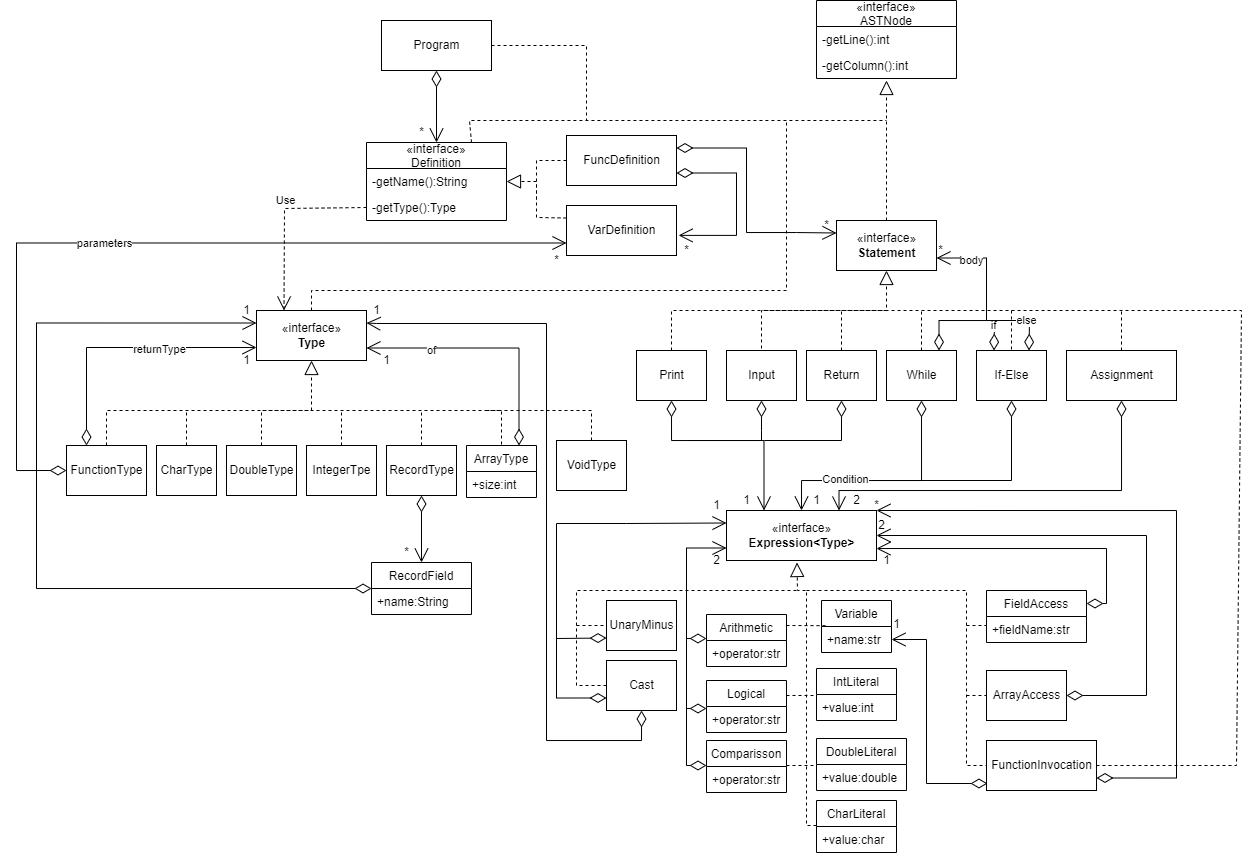
Elias-Llera/DLP-2022-compiler keeps this draw.io diagram as uml.drawio.png. Above is the earlier version. Source tidied: cells renumbered, new cells last; positions are measured from the earlier drawing's top-left corner, leaving out a move shared by most shapes.
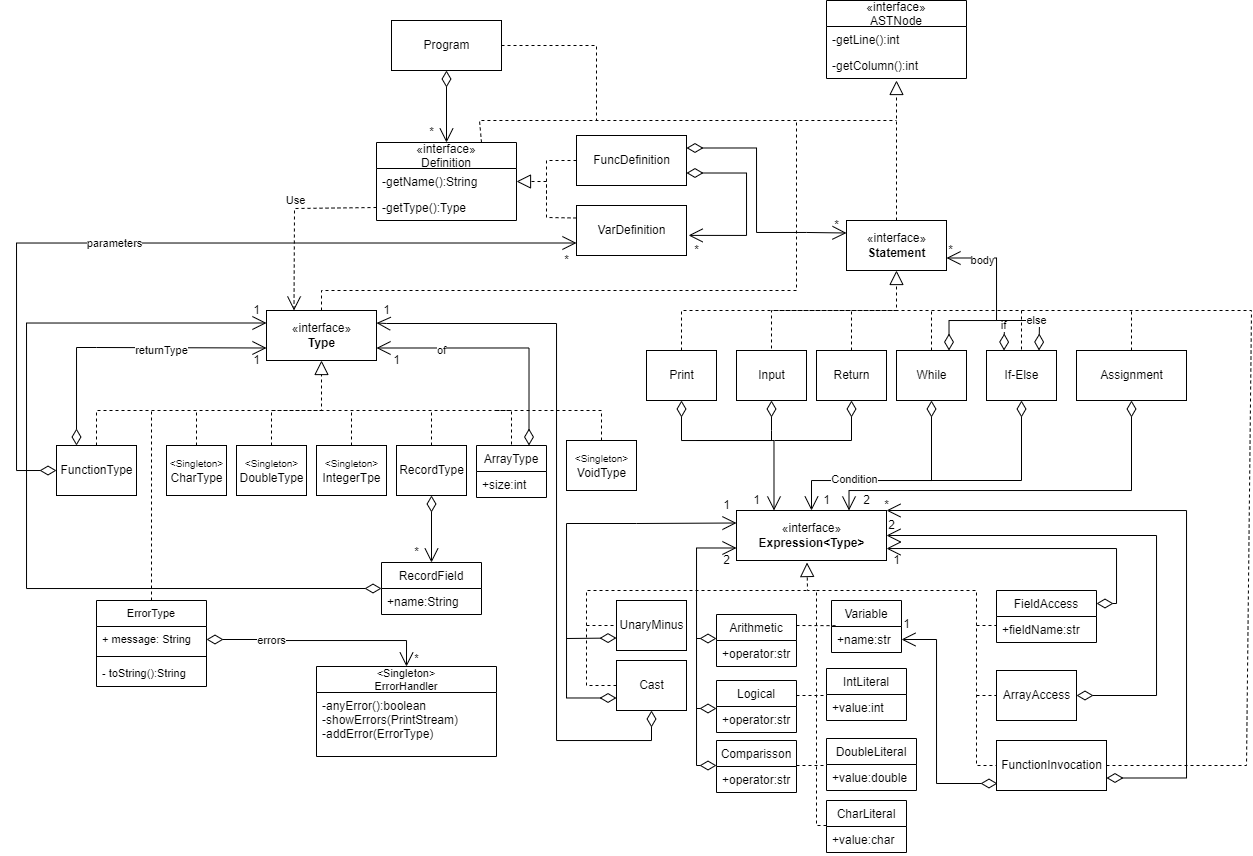
After the change.

Commit message:
ErrorType y ErrorHandler implementados

What changed in the source:
```diff
@@ -77,15 +77,15 @@
       <mxGeometry x="790" y="350" width="70" height="50" as="geometry" />
     </mxCell>
     <mxCell id="20" value="FunctionType" style="html=1;" parent="1" vertex="1">
-      <mxGeometry x="50" y="445" width="80" height="50" as="geometry" />
+      <mxGeometry x="30" y="445" width="80" height="50" as="geometry" />
     </mxCell>
-    <mxCell id="21" value="DoubleType" style="html=1;" parent="1" vertex="1">
+    <mxCell id="21" value="&lt;span style=&quot;font-size: 10px&quot;&gt;&amp;lt;Singleton&amp;gt;&lt;/span&gt;&lt;br&gt;DoubleType" style="html=1;" parent="1" vertex="1">
       <mxGeometry x="210" y="445" width="70" height="50" as="geometry" />
     </mxCell>
-    <mxCell id="22" value="CharType" style="html=1;" parent="1" vertex="1">
+    <mxCell id="22" value="&lt;span style=&quot;font-size: 10px&quot;&gt;&amp;lt;Singleton&amp;gt;&lt;/span&gt;&lt;br&gt;CharType" style="html=1;" parent="1" vertex="1">
       <mxGeometry x="140" y="445" width="60" height="50" as="geometry" />
     </mxCell>
-    <mxCell id="23" value="IntegerTpe" style="html=1;" parent="1" vertex="1">
+    <mxCell id="23" value="&lt;font style=&quot;font-size: 10px&quot;&gt;&amp;lt;Singleton&amp;gt;&lt;/font&gt;&lt;br&gt;IntegerTpe" style="html=1;" parent="1" vertex="1">
       <mxGeometry x="290" y="445" width="70" height="50" as="geometry" />
     </mxCell>
     <mxCell id="24" value="Print" style="html=1;" parent="1" vertex="1">
@@ -149,7 +149,7 @@
     <mxCell id="37" style="endArrow=block;dashed=1;endFill=0;endSize=12;html=1;rounded=0;entryX=0.5;entryY=1;entryDx=0;entryDy=0;exitX=0.5;exitY=0;exitDx=0;exitDy=0;" parent="1" edge="1" source="20" target="5">
       <mxGeometry relative="1" as="geometry">
         <Array as="points">
-          <mxPoint x="90" y="410" />
+          <mxPoint x="70" y="410" />
           <mxPoint x="295" y="410" />
         </Array>
       </mxGeometry>
@@ -177,7 +177,7 @@
         <mxPoint x="405" y="410" as="targetPoint" />
       </mxGeometry>
     </mxCell>
-    <mxCell id="42" value="VoidType" style="html=1;" parent="1" vertex="1">
+    <mxCell id="42" value="&lt;span style=&quot;font-size: 10px&quot;&gt;&amp;lt;Singleton&amp;gt;&lt;/span&gt;&lt;br&gt;VoidType" style="html=1;" parent="1" vertex="1">
       <mxGeometry x="540" y="440" width="70" height="50" as="geometry" />
     </mxCell>
     <mxCell id="43" style="endArrow=none;dashed=1;html=1;rounded=0;exitX=0.5;exitY=0;exitDx=0;exitDy=0;" parent="1" edge="1" source="42">
@@ -443,8 +443,8 @@
     <mxCell id="84" style="endArrow=open;html=1;endSize=12;startArrow=diamondThin;startSize=14;startFill=0;edgeStyle=orthogonalEdgeStyle;align=left;verticalAlign=bottom;rounded=0;exitX=0;exitY=0.5;exitDx=0;exitDy=0;entryX=0;entryY=0.75;entryDx=0;entryDy=0;" parent="1" edge="1" source="20" target="3">
       <mxGeometry x="-1" y="3" relative="1" as="geometry">
         <Array as="points">
-          <mxPoint y="470" />
-          <mxPoint y="242" />
+          <mxPoint x="-10" y="470" />
+          <mxPoint x="-10" y="243" />
         </Array>
       </mxGeometry>
     </mxCell>
@@ -471,8 +471,8 @@
     <mxCell id="90" style="endArrow=open;html=1;endSize=12;startArrow=diamondThin;startSize=14;startFill=0;edgeStyle=orthogonalEdgeStyle;align=left;verticalAlign=bottom;rounded=0;exitX=0;exitY=0.5;exitDx=0;exitDy=0;entryX=0;entryY=0.25;entryDx=0;entryDy=0;" parent="1" edge="1" source="109" target="5">
       <mxGeometry x="-1" y="3" relative="1" as="geometry">
         <Array as="points">
-          <mxPoint x="20" y="588" />
-          <mxPoint x="20" y="322" />
+          <mxPoint y="588" />
+          <mxPoint y="323" />
         </Array>
       </mxGeometry>
     </mxCell>
@@ -629,5 +629,45 @@
     <mxCell id="130" value="+fieldName:str" style="text;strokeColor=none;fillColor=none;align=left;verticalAlign=top;spacingLeft=4;spacingRight=4;overflow=hidden;" parent="129" vertex="1">
       <mxGeometry y="26" width="100" height="26" as="geometry" />
     </mxCell>
+    <mxCell id="131" value="&lt;Singleton&gt;&#10;ErrorHandler" style="swimlane;fontStyle=0;horizontal=1;startSize=26;fillColor=none;fontSize=11;" parent="1" vertex="1">
+      <mxGeometry x="290" y="666" width="180" height="90" as="geometry" />
+    </mxCell>
+    <mxCell id="132" value="-anyError():boolean&#10;-showErrors(PrintStream)&#10;-addError(ErrorType)" style="text;strokeColor=none;fillColor=none;align=left;verticalAlign=top;spacingLeft=4;spacingRight=4;overflow=hidden;" parent="131" vertex="1">
+      <mxGeometry y="26" width="180" height="64" as="geometry" />
+    </mxCell>
+    <mxCell id="133" value="ErrorType" style="swimlane;fontStyle=0;align=center;verticalAlign=top;horizontal=1;startSize=26;fontSize=11;" parent="1" vertex="1">
+      <mxGeometry x="70" y="600" width="110" height="86" as="geometry" />
+    </mxCell>
+    <mxCell id="134" value="+ message: String" style="text;strokeColor=none;fillColor=none;align=left;verticalAlign=top;spacingLeft=4;spacingRight=4;overflow=hidden;points=[[0,0.5],[1,0.5]];portConstraint=eastwest;fontSize=11;" parent="133" vertex="1">
+      <mxGeometry y="26" width="110" height="26" as="geometry" />
+    </mxCell>
+    <mxCell id="135" style="line;strokeWidth=1;fillColor=none;align=left;verticalAlign=middle;spacingTop=-1;spacingLeft=3;spacingRight=3;labelPosition=right;fontSize=11;" parent="133" vertex="1">
+      <mxGeometry y="52" width="110" height="8" as="geometry" />
+    </mxCell>
+    <mxCell id="136" value="- toString():String" style="text;strokeColor=none;fillColor=none;align=left;verticalAlign=top;spacingLeft=4;spacingRight=4;overflow=hidden;fontSize=11;" parent="133" vertex="1">
+      <mxGeometry y="60" width="110" height="26" as="geometry" />
+    </mxCell>
+    <mxCell id="137" style="endArrow=open;html=1;endSize=12;startArrow=diamondThin;startSize=14;startFill=0;edgeStyle=orthogonalEdgeStyle;align=left;verticalAlign=bottom;rounded=0;exitX=1;exitY=0.5;exitDx=0;exitDy=0;entryX=0.5;entryY=0;entryDx=0;entryDy=0;" parent="1" edge="1" source="134" target="131">
+      <mxGeometry x="-1" y="3" relative="1" as="geometry">
+        <Array as="points">
+          <mxPoint x="245" y="639" />
+          <mxPoint x="245" y="640" />
+          <mxPoint x="380" y="640" />
+        </Array>
+      </mxGeometry>
+    </mxCell>
+    <mxCell id="138" value="errors" style="edgeLabel;html=1;align=center;verticalAlign=middle;" parent="137" vertex="1">
+      <mxGeometry x="0.27" y="-2" relative="1" as="geometry">
+        <mxPoint x="-78" y="-2" as="offset" />
+      </mxGeometry>
+    </mxCell>
+    <mxCell id="139" style="endArrow=none;dashed=1;html=1;rounded=0;exitX=0.5;exitY=0;exitDx=0;exitDy=0;" parent="1" edge="1" source="133">
+      <mxGeometry relative="1" as="geometry">
+        <mxPoint x="125" y="410" as="targetPoint" />
+      </mxGeometry>
+    </mxCell>
+    <mxCell id="140" value="*" style="text;html=1;align=center;verticalAlign=middle;strokeColor=none;fillColor=none;fontSize=11;" parent="1" vertex="1">
+      <mxGeometry x="380" y="648" width="20" height="20" as="geometry" />
+    </mxCell>
   </root>
 </mxGraphModel>
```
